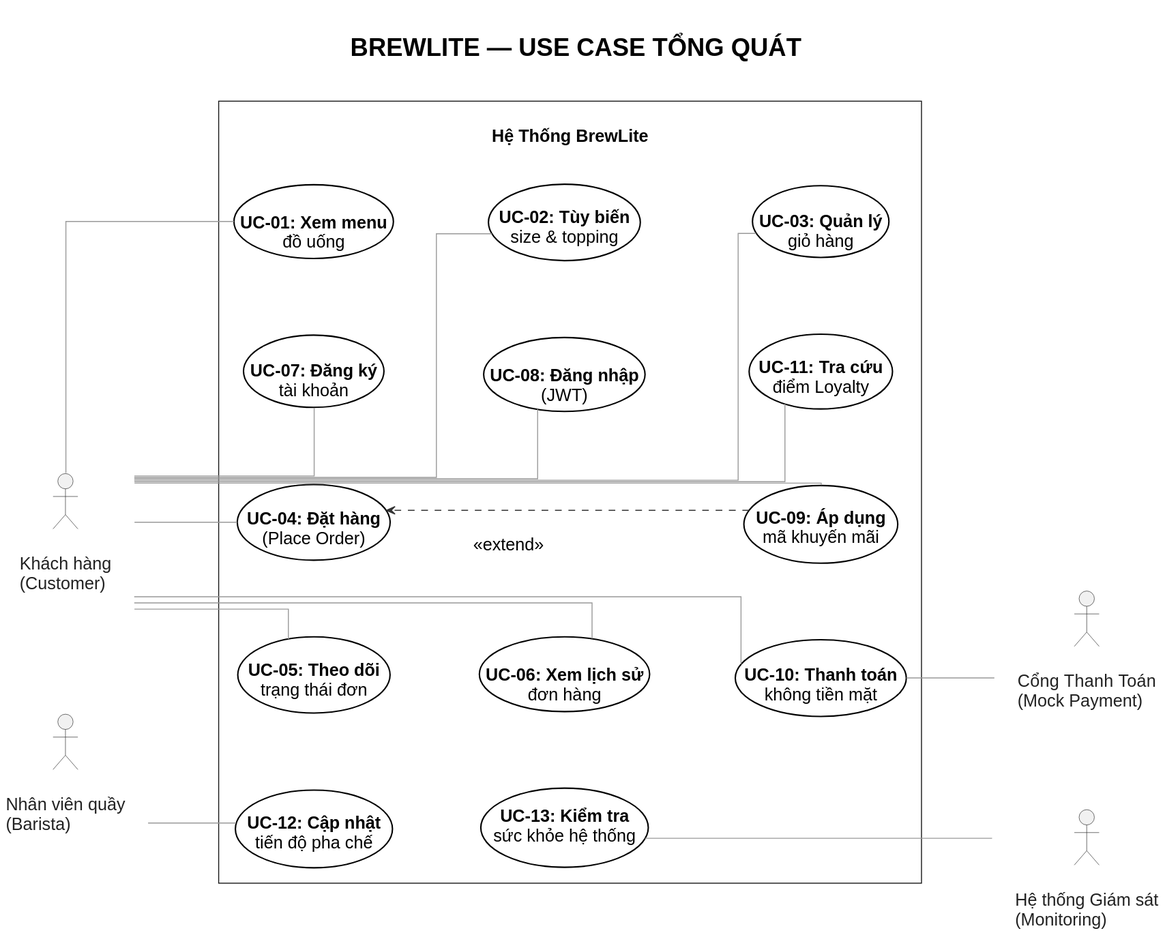
The PlantUML diagram docs/requirements/use-case-overview.svg in vohuunghiaah/brewlite, before a commit.
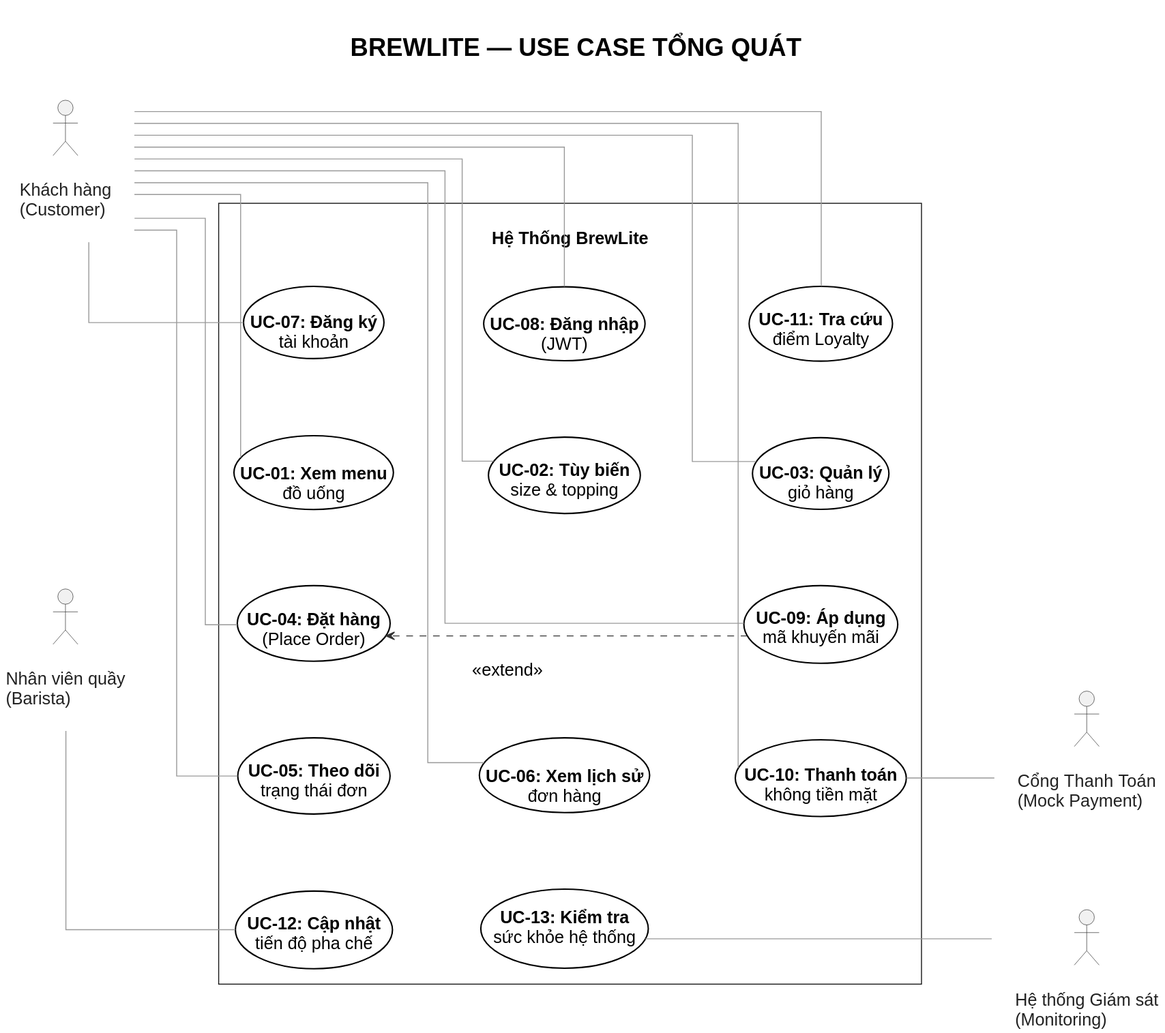
The same file after the commit.

Commit message:
docs: separate customer association routes in overview

What changed in the source:
```diff
@@ -65,21 +65,21 @@
     UC10 -[hidden]left-> UC13
 }
 
-UC1 -[norank]- Customer
-UC2 -[norank]- Customer
-UC3 -[norank]- Customer
-UC7 -[norank]- Customer
-UC8 -[norank]- Customer
-UC4 -[norank]- Customer
-UC5 -[norank]- Customer
-UC6 -[norank]- Customer
-UC9 -[norank]- Customer
-UC10 -[norank]- Customer
-UC11 -[norank]- Customer
+Customer -- UC1
+Customer -- UC2
+Customer -- UC3
+Customer -- UC7
+Customer -- UC8
+Customer -- UC4
+Customer -- UC5
+Customer -- UC6
+Customer -- UC9
+Customer -- UC10
+Customer -- UC11
 
 UC9 -[#333333,dashed,norank]-> UC4 : <<extend>>
 
-Customer -[hidden]-> UC7
+Customer -[hidden]-> UC1
 Customer -[hidden]right-> Barista
 PaymentGateway -[hidden]right-> Monitor
 
```
